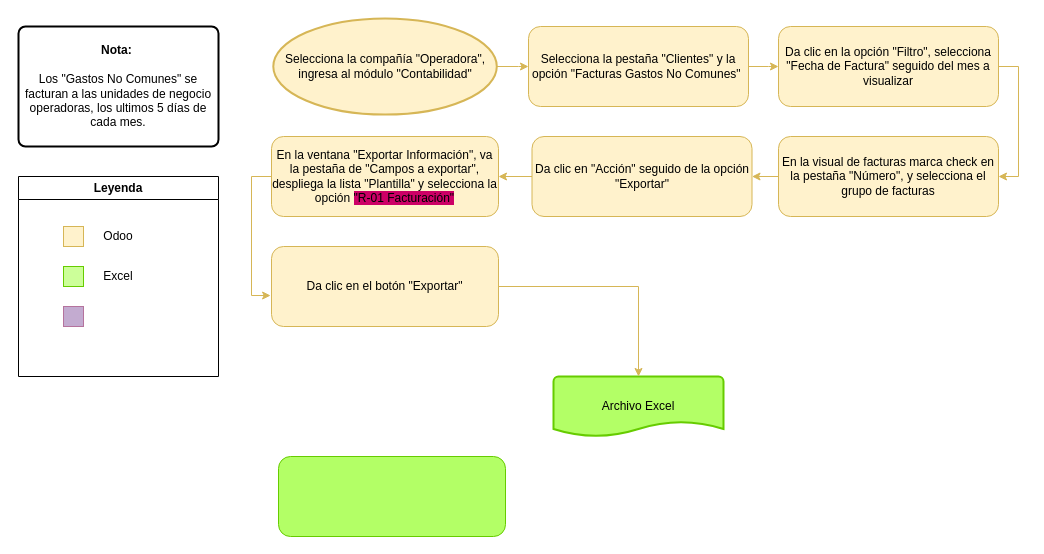
Before: page "Gastos No Comunes" (3 of 5) of Proceso Indicadores Facturación de Renta.drawio in patycodejs/codealo-commerce, a draw.io diagram. Source tidied: cells renumbered, new cells numbered last; positions are measured from the earlier drawing's top-left corner, leaving out a move shared by most shapes. Both pictures are drawn from the tidied source at 100%, with x=0, y=0 at pixel (18, 18).
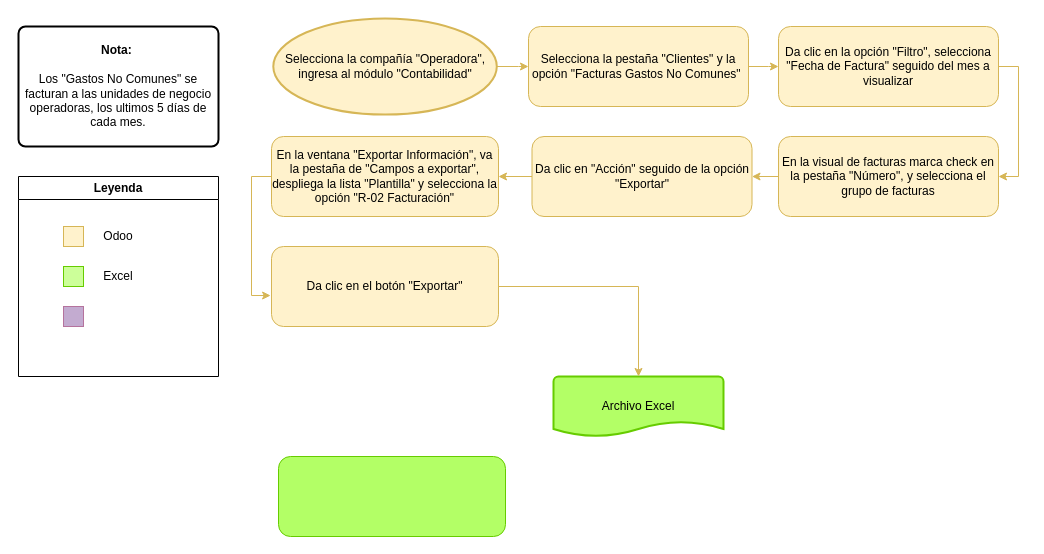
The same page after the edit.

Diff of the diagram source:
```diff
@@
-    <mxCell id="12" value="En la ventana &quot;Exportar Información&quot;, va la pestaña de &quot;Campos a exportar&quot;, despliega la lista &quot;Plantilla&quot; y selecciona la opción &lt;span style=&quot;background-color: rgb(204, 0, 102);&quot;&gt;&quot;R-01 Facturación&quot;&lt;/span&gt;" style="rounded=1;whiteSpace=wrap;html=1;fontSize=12;glass=0;strokeWidth=1;shadow=0;fillColor=#fff2cc;strokeColor=#d6b656;" parent="1" vertex="1">
+    <mxCell id="12" value="En la ventana &quot;Exportar Información&quot;, va la pestaña de &quot;Campos a exportar&quot;, despliega la lista &quot;Plantilla&quot; y selecciona la opción &quot;R-02 Facturación&quot;" style="rounded=1;whiteSpace=wrap;html=1;fontSize=12;glass=0;strokeWidth=1;shadow=0;fillColor=#fff2cc;strokeColor=#d6b656;" parent="1" vertex="1">
       <mxGeometry x="253" y="118" width="227" height="80" as="geometry" />
     </mxCell>
```
